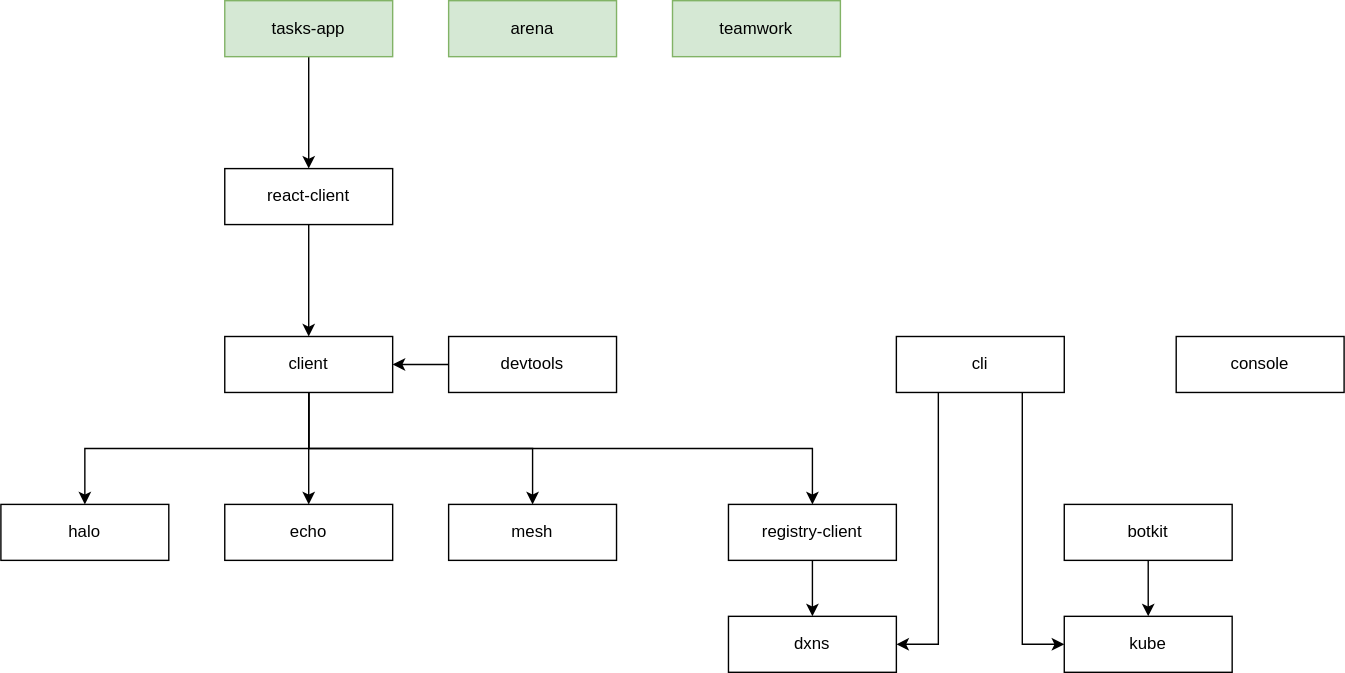
Above: docs/content/images/packages.svg in dxos/gravity (draw.io), before the change. Source tidied: cells renumbered, new cells last; positions are measured from the earlier drawing's top-left corner, leaving out a move shared by most shapes. Its diagram source:
```xml
<mxGraphModel>
  <root>
    <mxCell id="0" />
    <mxCell id="1" parent="0" />
    <mxCell id="2" value="echo" style="rounded=0;whiteSpace=wrap;html=1;" parent="1" vertex="1">
      <mxGeometry x="160" y="360" width="120" height="40" as="geometry" />
    </mxCell>
    <mxCell id="3" value="mesh" style="rounded=0;whiteSpace=wrap;html=1;" parent="1" vertex="1">
      <mxGeometry x="320" y="360" width="120" height="40" as="geometry" />
    </mxCell>
    <mxCell id="4" value="halo" style="rounded=0;whiteSpace=wrap;html=1;" parent="1" vertex="1">
      <mxGeometry y="360" width="120" height="40" as="geometry" />
    </mxCell>
    <mxCell id="5" value="kube" style="rounded=0;whiteSpace=wrap;html=1;" parent="1" vertex="1">
      <mxGeometry x="760" y="440" width="120" height="40" as="geometry" />
    </mxCell>
    <mxCell id="6" value="dxns" style="rounded=0;whiteSpace=wrap;html=1;" parent="1" vertex="1">
      <mxGeometry x="520" y="440" width="120" height="40" as="geometry" />
    </mxCell>
    <mxCell id="7" style="edgeStyle=orthogonalEdgeStyle;rounded=0;jettySize=auto;html=1;exitX=0.25;exitY=1;exitDx=0;exitDy=0;entryX=1;entryY=0.5;entryDx=0;entryDy=0;" parent="1" edge="1" source="9" target="6">
      <mxGeometry relative="1" as="geometry" />
    </mxCell>
    <mxCell id="8" style="edgeStyle=orthogonalEdgeStyle;rounded=0;jettySize=auto;html=1;exitX=0.75;exitY=1;exitDx=0;exitDy=0;entryX=0;entryY=0.5;entryDx=0;entryDy=0;" parent="1" edge="1" source="9" target="5">
      <mxGeometry relative="1" as="geometry" />
    </mxCell>
    <mxCell id="9" value="cli" style="rounded=0;whiteSpace=wrap;html=1;" parent="1" vertex="1">
      <mxGeometry x="640" y="240" width="120" height="40" as="geometry" />
    </mxCell>
    <mxCell id="10" style="edgeStyle=orthogonalEdgeStyle;rounded=0;jettySize=auto;html=1;exitX=0.5;exitY=1;exitDx=0;exitDy=0;" parent="1" edge="1" source="11" target="6">
      <mxGeometry relative="1" as="geometry" />
    </mxCell>
    <mxCell id="11" value="registry-client" style="rounded=0;whiteSpace=wrap;html=1;" parent="1" vertex="1">
      <mxGeometry x="520" y="360" width="120" height="40" as="geometry" />
    </mxCell>
    <mxCell id="12" style="edgeStyle=orthogonalEdgeStyle;rounded=0;jettySize=auto;html=1;exitX=0.5;exitY=1;exitDx=0;exitDy=0;" parent="1" edge="1" source="16" target="4">
      <mxGeometry relative="1" as="geometry" />
    </mxCell>
    <mxCell id="13" style="edgeStyle=orthogonalEdgeStyle;rounded=0;jettySize=auto;html=1;exitX=0.5;exitY=1;exitDx=0;exitDy=0;" parent="1" edge="1" source="16" target="2">
      <mxGeometry relative="1" as="geometry" />
    </mxCell>
    <mxCell id="14" style="edgeStyle=orthogonalEdgeStyle;rounded=0;jettySize=auto;html=1;exitX=0.5;exitY=1;exitDx=0;exitDy=0;entryX=0.5;entryY=0;entryDx=0;entryDy=0;" parent="1" edge="1" source="16" target="3">
      <mxGeometry relative="1" as="geometry" />
    </mxCell>
    <mxCell id="15" style="edgeStyle=orthogonalEdgeStyle;rounded=0;jettySize=auto;html=1;exitX=0.5;exitY=1;exitDx=0;exitDy=0;entryX=0.5;entryY=0;entryDx=0;entryDy=0;" parent="1" edge="1" source="16" target="11">
      <mxGeometry relative="1" as="geometry" />
    </mxCell>
    <mxCell id="16" value="client" style="rounded=0;whiteSpace=wrap;html=1;" parent="1" vertex="1">
      <mxGeometry x="160" y="240" width="120" height="40" as="geometry" />
    </mxCell>
    <mxCell id="17" style="edgeStyle=orthogonalEdgeStyle;rounded=0;jettySize=auto;html=1;exitX=0.5;exitY=1;exitDx=0;exitDy=0;entryX=0.5;entryY=0;entryDx=0;entryDy=0;" parent="1" edge="1" source="18" target="16">
      <mxGeometry relative="1" as="geometry" />
    </mxCell>
    <mxCell id="18" value="react-client" style="rounded=0;whiteSpace=wrap;html=1;" parent="1" vertex="1">
      <mxGeometry x="160" y="120" width="120" height="40" as="geometry" />
    </mxCell>
    <mxCell id="19" style="edgeStyle=orthogonalEdgeStyle;rounded=0;jettySize=auto;html=1;exitX=0;exitY=0.5;exitDx=0;exitDy=0;" parent="1" edge="1" source="20" target="16">
      <mxGeometry relative="1" as="geometry" />
    </mxCell>
    <mxCell id="20" value="devtools" style="rounded=0;whiteSpace=wrap;html=1;" parent="1" vertex="1">
      <mxGeometry x="320" y="240" width="120" height="40" as="geometry" />
    </mxCell>
    <mxCell id="21" style="edgeStyle=orthogonalEdgeStyle;rounded=0;jettySize=auto;html=1;exitX=0.5;exitY=1;exitDx=0;exitDy=0;" parent="1" edge="1" source="22" target="18">
      <mxGeometry relative="1" as="geometry" />
    </mxCell>
    <mxCell id="22" value="tasks-app" style="rounded=0;whiteSpace=wrap;html=1;fillColor=#d5e8d4;strokeColor=#82b366;" parent="1" vertex="1">
      <mxGeometry x="160" width="120" height="40" as="geometry" />
    </mxCell>
    <mxCell id="23" value="teamwork" style="rounded=0;whiteSpace=wrap;html=1;fillColor=#d5e8d4;strokeColor=#82b366;" parent="1" vertex="1">
      <mxGeometry x="480" width="120" height="40" as="geometry" />
    </mxCell>
    <mxCell id="24" value="arena" style="rounded=0;whiteSpace=wrap;html=1;fillColor=#d5e8d4;strokeColor=#82b366;" parent="1" vertex="1">
      <mxGeometry x="320" width="120" height="40" as="geometry" />
    </mxCell>
    <mxCell id="25" style="edgeStyle=orthogonalEdgeStyle;rounded=0;jettySize=auto;html=1;exitX=0.5;exitY=1;exitDx=0;exitDy=0;" parent="1" edge="1" source="26" target="5">
      <mxGeometry relative="1" as="geometry" />
    </mxCell>
    <mxCell id="26" value="botkit" style="rounded=0;whiteSpace=wrap;html=1;" parent="1" vertex="1">
      <mxGeometry x="760" y="360" width="120" height="40" as="geometry" />
    </mxCell>
    <mxCell id="27" value="console" style="rounded=0;whiteSpace=wrap;html=1;" parent="1" vertex="1">
      <mxGeometry x="840" y="240" width="120" height="40" as="geometry" />
    </mxCell>
  </root>
</mxGraphModel>
```
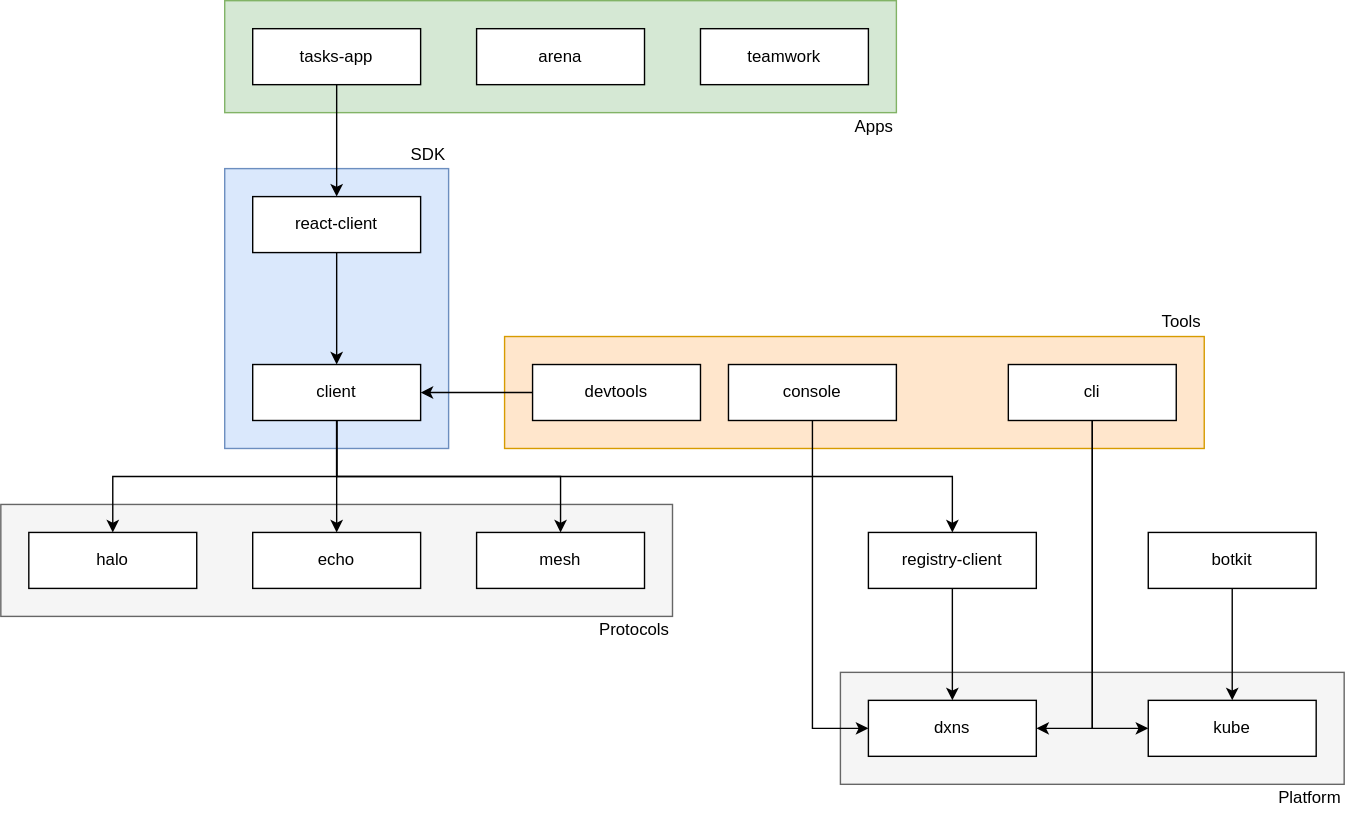
The same file after the commit.

What changed in the source:
```diff
@@ -2,6 +2,21 @@
   <root>
     <mxCell id="0" />
     <mxCell id="1" parent="0" />
+    <mxCell id="28" style="rounded=0;whiteSpace=wrap;html=1;fillColor=#dae8fc;strokeColor=#6c8ebf;" parent="1" vertex="1">
+      <mxGeometry x="140" y="100" width="160" height="200" as="geometry" />
+    </mxCell>
+    <mxCell id="29" style="rounded=0;whiteSpace=wrap;html=1;fillColor=#ffe6cc;strokeColor=#d79b00;" parent="1" vertex="1">
+      <mxGeometry x="340" y="220" width="500" height="80" as="geometry" />
+    </mxCell>
+    <mxCell id="30" style="rounded=0;whiteSpace=wrap;html=1;fillColor=#f5f5f5;strokeColor=#666666;fontColor=#333333;" parent="1" vertex="1">
+      <mxGeometry x="580" y="460" width="360" height="80" as="geometry" />
+    </mxCell>
+    <mxCell id="31" style="rounded=0;whiteSpace=wrap;html=1;fillColor=#f5f5f5;strokeColor=#666666;fontColor=#333333;" parent="1" vertex="1">
+      <mxGeometry x="-20" y="340" width="480" height="80" as="geometry" />
+    </mxCell>
+    <mxCell id="32" style="rounded=0;whiteSpace=wrap;html=1;fillColor=#d5e8d4;strokeColor=#82b366;" parent="1" vertex="1">
+      <mxGeometry x="140" y="-20" width="480" height="80" as="geometry" />
+    </mxCell>
     <mxCell id="2" value="echo" style="rounded=0;whiteSpace=wrap;html=1;" parent="1" vertex="1">
       <mxGeometry x="160" y="360" width="120" height="40" as="geometry" />
     </mxCell>
@@ -12,25 +27,25 @@
       <mxGeometry y="360" width="120" height="40" as="geometry" />
     </mxCell>
     <mxCell id="5" value="kube" style="rounded=0;whiteSpace=wrap;html=1;" parent="1" vertex="1">
-      <mxGeometry x="760" y="440" width="120" height="40" as="geometry" />
+      <mxGeometry x="800" y="480" width="120" height="40" as="geometry" />
     </mxCell>
     <mxCell id="6" value="dxns" style="rounded=0;whiteSpace=wrap;html=1;" parent="1" vertex="1">
-      <mxGeometry x="520" y="440" width="120" height="40" as="geometry" />
+      <mxGeometry x="600" y="480" width="120" height="40" as="geometry" />
     </mxCell>
-    <mxCell id="7" style="edgeStyle=orthogonalEdgeStyle;rounded=0;jettySize=auto;html=1;exitX=0.25;exitY=1;exitDx=0;exitDy=0;entryX=1;entryY=0.5;entryDx=0;entryDy=0;" parent="1" edge="1" source="9" target="6">
+    <mxCell id="7" style="edgeStyle=orthogonalEdgeStyle;rounded=0;jettySize=auto;html=1;entryX=1;entryY=0.5;entryDx=0;entryDy=0;" parent="1" edge="1" source="9" target="6">
       <mxGeometry relative="1" as="geometry" />
     </mxCell>
-    <mxCell id="8" style="edgeStyle=orthogonalEdgeStyle;rounded=0;jettySize=auto;html=1;exitX=0.75;exitY=1;exitDx=0;exitDy=0;entryX=0;entryY=0.5;entryDx=0;entryDy=0;" parent="1" edge="1" source="9" target="5">
+    <mxCell id="8" style="edgeStyle=orthogonalEdgeStyle;rounded=0;jettySize=auto;html=1;exitX=0.5;exitY=1;exitDx=0;exitDy=0;entryX=0;entryY=0.5;entryDx=0;entryDy=0;" parent="1" edge="1" source="9" target="5">
       <mxGeometry relative="1" as="geometry" />
     </mxCell>
     <mxCell id="9" value="cli" style="rounded=0;whiteSpace=wrap;html=1;" parent="1" vertex="1">
-      <mxGeometry x="640" y="240" width="120" height="40" as="geometry" />
+      <mxGeometry x="700" y="240" width="120" height="40" as="geometry" />
     </mxCell>
     <mxCell id="10" style="edgeStyle=orthogonalEdgeStyle;rounded=0;jettySize=auto;html=1;exitX=0.5;exitY=1;exitDx=0;exitDy=0;" parent="1" edge="1" source="11" target="6">
       <mxGeometry relative="1" as="geometry" />
     </mxCell>
     <mxCell id="11" value="registry-client" style="rounded=0;whiteSpace=wrap;html=1;" parent="1" vertex="1">
-      <mxGeometry x="520" y="360" width="120" height="40" as="geometry" />
+      <mxGeometry x="600" y="360" width="120" height="40" as="geometry" />
     </mxCell>
     <mxCell id="12" style="edgeStyle=orthogonalEdgeStyle;rounded=0;jettySize=auto;html=1;exitX=0.5;exitY=1;exitDx=0;exitDy=0;" parent="1" edge="1" source="16" target="4">
       <mxGeometry relative="1" as="geometry" />
@@ -57,28 +72,46 @@
       <mxGeometry relative="1" as="geometry" />
     </mxCell>
     <mxCell id="20" value="devtools" style="rounded=0;whiteSpace=wrap;html=1;" parent="1" vertex="1">
-      <mxGeometry x="320" y="240" width="120" height="40" as="geometry" />
+      <mxGeometry x="360" y="240" width="120" height="40" as="geometry" />
     </mxCell>
     <mxCell id="21" style="edgeStyle=orthogonalEdgeStyle;rounded=0;jettySize=auto;html=1;exitX=0.5;exitY=1;exitDx=0;exitDy=0;" parent="1" edge="1" source="22" target="18">
       <mxGeometry relative="1" as="geometry" />
     </mxCell>
-    <mxCell id="22" value="tasks-app" style="rounded=0;whiteSpace=wrap;html=1;fillColor=#d5e8d4;strokeColor=#82b366;" parent="1" vertex="1">
+    <mxCell id="22" value="tasks-app" style="rounded=0;whiteSpace=wrap;html=1;" parent="1" vertex="1">
       <mxGeometry x="160" width="120" height="40" as="geometry" />
     </mxCell>
-    <mxCell id="23" value="teamwork" style="rounded=0;whiteSpace=wrap;html=1;fillColor=#d5e8d4;strokeColor=#82b366;" parent="1" vertex="1">
+    <mxCell id="23" value="teamwork" style="rounded=0;whiteSpace=wrap;html=1;" parent="1" vertex="1">
       <mxGeometry x="480" width="120" height="40" as="geometry" />
     </mxCell>
-    <mxCell id="24" value="arena" style="rounded=0;whiteSpace=wrap;html=1;fillColor=#d5e8d4;strokeColor=#82b366;" parent="1" vertex="1">
+    <mxCell id="24" value="arena" style="rounded=0;whiteSpace=wrap;html=1;" parent="1" vertex="1">
       <mxGeometry x="320" width="120" height="40" as="geometry" />
     </mxCell>
     <mxCell id="25" style="edgeStyle=orthogonalEdgeStyle;rounded=0;jettySize=auto;html=1;exitX=0.5;exitY=1;exitDx=0;exitDy=0;" parent="1" edge="1" source="26" target="5">
       <mxGeometry relative="1" as="geometry" />
     </mxCell>
     <mxCell id="26" value="botkit" style="rounded=0;whiteSpace=wrap;html=1;" parent="1" vertex="1">
-      <mxGeometry x="760" y="360" width="120" height="40" as="geometry" />
+      <mxGeometry x="800" y="360" width="120" height="40" as="geometry" />
     </mxCell>
+    <mxCell id="33" style="edgeStyle=orthogonalEdgeStyle;rounded=0;jettySize=auto;html=1;exitX=0.5;exitY=1;exitDx=0;exitDy=0;entryX=0;entryY=0.5;entryDx=0;entryDy=0;" parent="1" edge="1" source="27" target="6">
+      <mxGeometry relative="1" as="geometry" />
+    </mxCell>
     <mxCell id="27" value="console" style="rounded=0;whiteSpace=wrap;html=1;" parent="1" vertex="1">
-      <mxGeometry x="840" y="240" width="120" height="40" as="geometry" />
+      <mxGeometry x="500" y="240" width="120" height="40" as="geometry" />
     </mxCell>
+    <mxCell id="34" value="Apps" style="text;html=1;strokeColor=none;fillColor=none;align=right;verticalAlign=middle;whiteSpace=wrap;rounded=0;" parent="1" vertex="1">
+      <mxGeometry x="520" y="60" width="100" height="20" as="geometry" />
+    </mxCell>
+    <mxCell id="35" value="Tools" style="text;html=1;strokeColor=none;fillColor=none;align=right;verticalAlign=middle;whiteSpace=wrap;rounded=0;" parent="1" vertex="1">
+      <mxGeometry x="740" y="200" width="100" height="20" as="geometry" />
+    </mxCell>
+    <mxCell id="36" value="Platform" style="text;html=1;strokeColor=none;fillColor=none;align=right;verticalAlign=middle;whiteSpace=wrap;rounded=0;" parent="1" vertex="1">
+      <mxGeometry x="840" y="540" width="100" height="20" as="geometry" />
+    </mxCell>
+    <mxCell id="37" value="Protocols" style="text;html=1;strokeColor=none;fillColor=none;align=right;verticalAlign=middle;whiteSpace=wrap;rounded=0;" parent="1" vertex="1">
+      <mxGeometry x="360" y="420" width="100" height="20" as="geometry" />
+    </mxCell>
+    <mxCell id="38" value="SDK" style="text;html=1;strokeColor=none;fillColor=none;align=right;verticalAlign=middle;whiteSpace=wrap;rounded=0;" parent="1" vertex="1">
+      <mxGeometry x="200" y="80" width="100" height="20" as="geometry" />
+    </mxCell>
   </root>
 </mxGraphModel>
```
